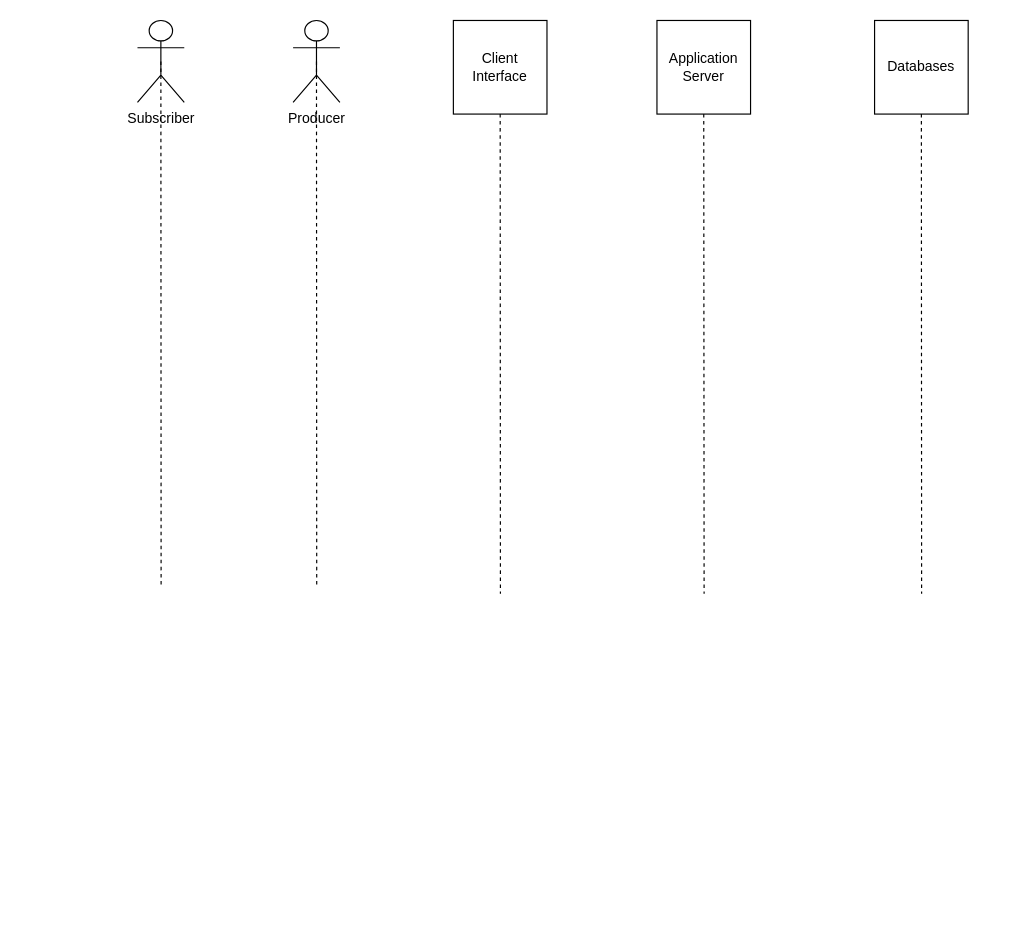
The draw.io diagram page "SD User Habit Checkin" (1 of 4) of sequence.drawio in anthony-som/usecase, before the edit. Source tidied: cells renumbered, new cells numbered last; positions are measured from the earlier drawing's top-left corner, leaving out a move shared by most shapes. Both pictures are drawn from the tidied source at 117%, with x=0, y=0 at pixel (137, 20).
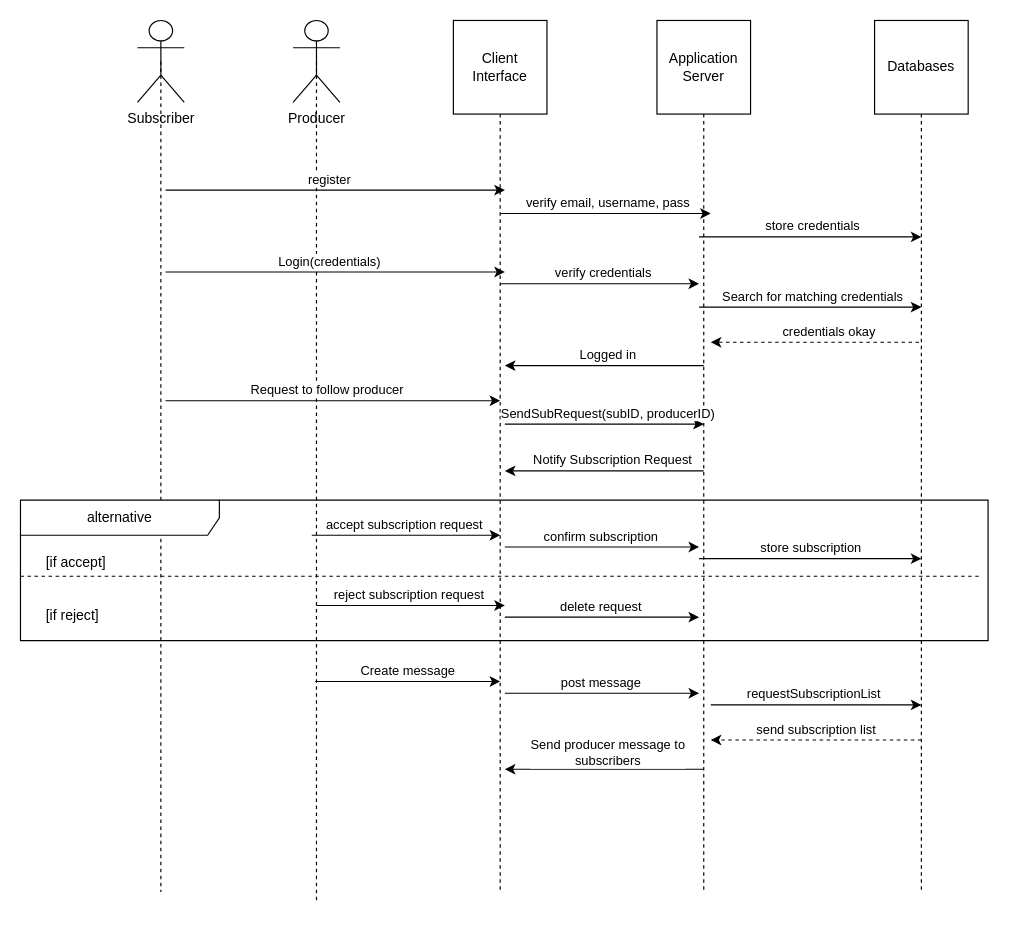
The same diagram, later.

Unchanged cells that the change refers to:
```xml
<mxCell id="3" value="Subscriber" style="shape=umlActor;verticalLabelPosition=bottom;verticalAlign=top;html=1;" parent="1" vertex="1">
  <mxGeometry width="40" height="70" as="geometry" />
</mxCell>
<mxCell id="5" value="Client Interface" style="whiteSpace=wrap;html=1;" parent="1" vertex="1">
  <mxGeometry x="270" width="80" height="80" as="geometry" />
</mxCell>
<mxCell id="7" value="Application Server" style="whiteSpace=wrap;html=1;" parent="1" vertex="1">
  <mxGeometry x="444" width="80" height="80" as="geometry" />
</mxCell>
<mxCell id="9" value="Databases" style="whiteSpace=wrap;html=1;" parent="1" vertex="1">
  <mxGeometry x="630" width="80" height="80" as="geometry" />
</mxCell>
<mxCell id="11" value="Producer" style="shape=umlActor;verticalLabelPosition=bottom;verticalAlign=top;html=1;" parent="1" vertex="1">
  <mxGeometry x="133" width="40" height="70" as="geometry" />
</mxCell>
```

Diff of the diagram source:
```diff
@@
     <mxCell id="2" style="rounded=0;jettySize=auto;html=1;exitX=0.5;exitY=0.5;exitDx=0;exitDy=0;exitPerimeter=0;endArrow=none;endFill=0;dashed=1;" parent="1" edge="1" source="3">
       <mxGeometry relative="1" as="geometry">
-        <mxPoint x="20.2" y="485" as="targetPoint" />
+        <mxPoint x="20" y="745" as="targetPoint" />
       </mxGeometry>
     </mxCell>
@@
     <mxCell id="4" style="rounded=0;jettySize=auto;html=1;exitX=0.5;exitY=1;exitDx=0;exitDy=0;endArrow=none;endFill=0;dashed=1;" parent="1" edge="1" source="5">
       <mxGeometry relative="1" as="geometry">
-        <mxPoint x="310.2" y="490" as="targetPoint" />
+        <mxPoint x="310" y="745" as="targetPoint" />
       </mxGeometry>
     </mxCell>
@@
     <mxCell id="6" style="rounded=0;jettySize=auto;html=1;exitX=0.5;exitY=1;exitDx=0;exitDy=0;endArrow=none;endFill=0;dashed=1;" parent="1" edge="1" source="7">
       <mxGeometry relative="1" as="geometry">
-        <mxPoint x="484.3" y="490" as="targetPoint" />
+        <mxPoint x="484" y="745" as="targetPoint" />
       </mxGeometry>
     </mxCell>
@@
     <mxCell id="8" style="rounded=0;jettySize=auto;html=1;exitX=0.5;exitY=1;exitDx=0;exitDy=0;endArrow=none;endFill=0;dashed=1;" parent="1" edge="1" source="9">
       <mxGeometry relative="1" as="geometry">
-        <mxPoint x="670.2" y="490" as="targetPoint" />
+        <mxPoint x="670" y="745" as="targetPoint" />
       </mxGeometry>
     </mxCell>
@@
     <mxCell id="10" style="rounded=0;jettySize=auto;html=1;exitX=0.5;exitY=0.5;exitDx=0;exitDy=0;exitPerimeter=0;endArrow=none;endFill=0;dashed=1;" parent="1" edge="1" source="11">
       <mxGeometry relative="1" as="geometry">
-        <mxPoint x="153.2" y="485" as="targetPoint" />
+        <mxPoint x="153" y="755" as="targetPoint" />
       </mxGeometry>
     </mxCell>
@@
+    <mxCell id="12" style="endArrow=classic;html=1;rounded=0;" parent="1" edge="1">
+      <mxGeometry relative="1" as="geometry">
+        <mxPoint x="24" y="215" as="sourcePoint" />
+        <mxPoint x="314" y="215" as="targetPoint" />
+      </mxGeometry>
+    </mxCell>
+    <mxCell id="13" value="Login(credentials)" style="edgeLabel;html=1;align=center;verticalAlign=middle;" parent="12" vertex="1">
+      <mxGeometry x="-0.14" y="-2" relative="1" as="geometry">
+        <mxPoint x="14" y="-12" as="offset" />
+      </mxGeometry>
+    </mxCell>
+    <mxCell id="14" style="endArrow=classic;html=1;rounded=0;dashed=1;" parent="1" edge="1">
+      <mxGeometry relative="1" as="geometry">
+        <mxPoint x="668" y="275" as="sourcePoint" />
+        <mxPoint x="490" y="275" as="targetPoint" />
+      </mxGeometry>
+    </mxCell>
+    <mxCell id="15" value="credentials okay" style="edgeLabel;html=1;align=center;verticalAlign=middle;" parent="14" vertex="1">
+      <mxGeometry x="0.18" y="-1" relative="1" as="geometry">
+        <mxPoint x="27" y="-9" as="offset" />
+      </mxGeometry>
+    </mxCell>
+    <mxCell id="16" style="endArrow=classic;html=1;rounded=0;" parent="1" edge="1">
+      <mxGeometry relative="1" as="geometry">
+        <mxPoint x="310" y="225" as="sourcePoint" />
+        <mxPoint x="480" y="225" as="targetPoint" />
+      </mxGeometry>
+    </mxCell>
+    <mxCell id="17" value="verify credentials" style="edgeLabel;html=1;align=center;verticalAlign=middle;" parent="16" vertex="1">
+      <mxGeometry x="-0.14" y="-2" relative="1" as="geometry">
+        <mxPoint x="14" y="-12" as="offset" />
+      </mxGeometry>
+    </mxCell>
+    <mxCell id="18" style="endArrow=classic;html=1;rounded=0;" parent="1" edge="1">
+      <mxGeometry relative="1" as="geometry">
+        <mxPoint x="484" y="295" as="sourcePoint" />
+        <mxPoint x="314" y="295" as="targetPoint" />
+      </mxGeometry>
+    </mxCell>
+    <mxCell id="19" value="Logged in" style="edgeLabel;html=1;align=center;verticalAlign=middle;" parent="18" vertex="1">
+      <mxGeometry x="0.18" y="-1" relative="1" as="geometry">
+        <mxPoint x="17" y="-9" as="offset" />
+      </mxGeometry>
+    </mxCell>
+    <mxCell id="20" style="endArrow=classic;html=1;rounded=0;" parent="1" edge="1">
+      <mxGeometry relative="1" as="geometry">
+        <mxPoint x="314" y="345" as="sourcePoint" />
+        <mxPoint x="484" y="345" as="targetPoint" />
+      </mxGeometry>
+    </mxCell>
+    <mxCell id="21" value="SendSubRequest(subID, producerID)" style="edgeLabel;html=1;align=center;verticalAlign=middle;" parent="20" vertex="1">
+      <mxGeometry x="-0.14" y="-2" relative="1" as="geometry">
+        <mxPoint x="14" y="-12" as="offset" />
+      </mxGeometry>
+    </mxCell>
+    <mxCell id="22" style="endArrow=classic;html=1;rounded=0;" parent="1" edge="1">
+      <mxGeometry relative="1" as="geometry">
+        <mxPoint x="480" y="460" as="sourcePoint" />
+        <mxPoint x="670" y="460" as="targetPoint" />
+      </mxGeometry>
+    </mxCell>
+    <mxCell id="23" value="store subscription&amp;nbsp;" style="edgeLabel;html=1;align=center;verticalAlign=middle;" parent="22" vertex="1">
+      <mxGeometry x="-0.14" y="-2" relative="1" as="geometry">
+        <mxPoint x="14" y="-12" as="offset" />
+      </mxGeometry>
+    </mxCell>
+    <mxCell id="24" style="endArrow=classic;html=1;rounded=0;" parent="1" edge="1">
+      <mxGeometry relative="1" as="geometry">
+        <mxPoint x="484" y="385" as="sourcePoint" />
+        <mxPoint x="314" y="385" as="targetPoint" />
+      </mxGeometry>
+    </mxCell>
+    <mxCell id="25" value="Notify Subscription Request" style="edgeLabel;html=1;align=center;verticalAlign=middle;" parent="24" vertex="1">
+      <mxGeometry x="0.18" y="-1" relative="1" as="geometry">
+        <mxPoint x="21" y="-9" as="offset" />
+      </mxGeometry>
+    </mxCell>
+    <mxCell id="26" style="endArrow=none;html=1;rounded=0;startArrow=classic;startFill=1;endFill=0;" parent="1" edge="1">
+      <mxGeometry relative="1" as="geometry">
+        <mxPoint x="310" y="440" as="sourcePoint" />
+        <mxPoint x="149" y="440" as="targetPoint" />
+      </mxGeometry>
+    </mxCell>
+    <mxCell id="27" value="accept subscription request" style="edgeLabel;html=1;align=center;verticalAlign=middle;" parent="26" vertex="1">
+      <mxGeometry x="0.03" y="-1" relative="1" as="geometry">
+        <mxPoint y="-9" as="offset" />
+      </mxGeometry>
+    </mxCell>
+    <mxCell id="28" value="alternative" style="shape=umlFrame;whiteSpace=wrap;html=1;width=170;" parent="1" vertex="1">
+      <mxGeometry x="-100" y="410" width="827" height="120" as="geometry" />
+    </mxCell>
+    <mxCell id="29" value="[if accept]" style="text;html=1;" parent="28" vertex="1">
+      <mxGeometry width="100" height="20" relative="1" as="geometry">
+        <mxPoint x="20" y="40" as="offset" />
+      </mxGeometry>
+    </mxCell>
+    <mxCell id="30" value="[if reject]" style="line;strokeWidth=1;dashed=1;labelPosition=center;verticalLabelPosition=bottom;align=left;verticalAlign=top;spacingLeft=20;spacingTop=15;html=1;whiteSpace=wrap;" parent="28" vertex="1">
+      <mxGeometry y="60" width="820" height="10" as="geometry" />
+    </mxCell>
+    <mxCell id="31" style="endArrow=none;html=1;rounded=0;startArrow=classic;startFill=1;endFill=0;" parent="28" edge="1">
+      <mxGeometry relative="1" as="geometry">
+        <mxPoint x="580" y="40" as="sourcePoint" />
+        <mxPoint x="414" y="40" as="targetPoint" />
+      </mxGeometry>
+    </mxCell>
+    <mxCell id="32" value="confirm subscription" style="edgeLabel;html=1;align=center;verticalAlign=middle;" parent="31" vertex="1">
+      <mxGeometry x="0.03" y="-1" relative="1" as="geometry">
+        <mxPoint y="-9" as="offset" />
+      </mxGeometry>
+    </mxCell>
+    <mxCell id="33" style="endArrow=none;html=1;rounded=0;startArrow=classic;startFill=1;endFill=0;" parent="28" edge="1">
+      <mxGeometry relative="1" as="geometry">
+        <mxPoint x="580" y="100" as="sourcePoint" />
+        <mxPoint x="414" y="100" as="targetPoint" />
+      </mxGeometry>
+    </mxCell>
+    <mxCell id="34" value="delete request" style="edgeLabel;html=1;align=center;verticalAlign=middle;" parent="33" vertex="1">
+      <mxGeometry x="0.03" y="-1" relative="1" as="geometry">
+        <mxPoint y="-9" as="offset" />
+      </mxGeometry>
+    </mxCell>
+    <mxCell id="35" style="endArrow=none;html=1;rounded=0;startArrow=classic;startFill=1;endFill=0;" parent="28" edge="1">
+      <mxGeometry relative="1" as="geometry">
+        <mxPoint x="414" y="90" as="sourcePoint" />
+        <mxPoint x="253" y="90" as="targetPoint" />
+      </mxGeometry>
+    </mxCell>
+    <mxCell id="36" value="reject subscription request" style="edgeLabel;html=1;align=center;verticalAlign=middle;" parent="35" vertex="1">
+      <mxGeometry x="0.03" y="-1" relative="1" as="geometry">
+        <mxPoint y="-9" as="offset" />
+      </mxGeometry>
+    </mxCell>
+    <mxCell id="37" style="endArrow=classic;html=1;rounded=0;" parent="1" edge="1">
+      <mxGeometry relative="1" as="geometry">
+        <mxPoint x="152" y="565" as="sourcePoint" />
+        <mxPoint x="310" y="565" as="targetPoint" />
+      </mxGeometry>
+    </mxCell>
+    <mxCell id="38" value="Create message" style="edgeLabel;html=1;align=center;verticalAlign=middle;" parent="37" vertex="1">
+      <mxGeometry x="-0.14" y="-2" relative="1" as="geometry">
+        <mxPoint x="10" y="-12" as="offset" />
+      </mxGeometry>
+    </mxCell>
+    <mxCell id="39" style="endArrow=none;html=1;rounded=0;startArrow=classic;startFill=1;endFill=0;" parent="1" edge="1">
+      <mxGeometry relative="1" as="geometry">
+        <mxPoint x="480" y="575" as="sourcePoint" />
+        <mxPoint x="314" y="575" as="targetPoint" />
+      </mxGeometry>
+    </mxCell>
+    <mxCell id="40" value="post message" style="edgeLabel;html=1;align=center;verticalAlign=middle;" parent="39" vertex="1">
+      <mxGeometry x="0.03" y="-1" relative="1" as="geometry">
+        <mxPoint y="-9" as="offset" />
+      </mxGeometry>
+    </mxCell>
+    <mxCell id="41" style="endArrow=none;html=1;rounded=0;startArrow=classic;startFill=1;endFill=0;" parent="1" edge="1">
+      <mxGeometry relative="1" as="geometry">
+        <mxPoint x="670" y="585" as="sourcePoint" />
+        <mxPoint x="490" y="585" as="targetPoint" />
+      </mxGeometry>
+    </mxCell>
+    <mxCell id="42" value="requestSubscriptionList" style="edgeLabel;html=1;align=center;verticalAlign=middle;" parent="41" vertex="1">
+      <mxGeometry x="0.03" y="-1" relative="1" as="geometry">
+        <mxPoint y="-9" as="offset" />
+      </mxGeometry>
+    </mxCell>
+    <mxCell id="43" style="endArrow=classic;html=1;rounded=0;dashed=1;" parent="1" edge="1">
+      <mxGeometry relative="1" as="geometry">
+        <mxPoint x="670" y="615" as="sourcePoint" />
+        <mxPoint x="490" y="615" as="targetPoint" />
+      </mxGeometry>
+    </mxCell>
+    <mxCell id="44" value="send subscription list" style="edgeLabel;html=1;align=center;verticalAlign=middle;" parent="43" vertex="1">
+      <mxGeometry x="0.18" y="-1" relative="1" as="geometry">
+        <mxPoint x="15" y="-9" as="offset" />
+      </mxGeometry>
+    </mxCell>
+    <mxCell id="45" style="endArrow=classic;html=1;rounded=0;" parent="1" edge="1">
+      <mxGeometry relative="1" as="geometry">
+        <mxPoint x="484" y="640" as="sourcePoint" />
+        <mxPoint x="314" y="640" as="targetPoint" />
+      </mxGeometry>
+    </mxCell>
+    <mxCell id="46" value="Send producer message to&lt;br&gt;subscribers" style="edgeLabel;html=1;align=center;verticalAlign=middle;" parent="45" vertex="1">
+      <mxGeometry x="0.18" y="-1" relative="1" as="geometry">
+        <mxPoint x="17" y="-14" as="offset" />
+      </mxGeometry>
+    </mxCell>
+    <mxCell id="47" style="endArrow=classic;html=1;rounded=0;" parent="1" edge="1">
+      <mxGeometry relative="1" as="geometry">
+        <mxPoint x="24" y="145" as="sourcePoint" />
+        <mxPoint x="314" y="145" as="targetPoint" />
+      </mxGeometry>
+    </mxCell>
+    <mxCell id="48" value="register" style="edgeLabel;html=1;align=center;verticalAlign=middle;" parent="47" vertex="1">
+      <mxGeometry x="-0.14" y="-2" relative="1" as="geometry">
+        <mxPoint x="14" y="-12" as="offset" />
+      </mxGeometry>
+    </mxCell>
+    <mxCell id="49" style="endArrow=classic;html=1;rounded=0;" parent="1" edge="1">
+      <mxGeometry relative="1" as="geometry">
+        <mxPoint x="310" y="165" as="sourcePoint" />
+        <mxPoint x="490" y="165" as="targetPoint" />
+      </mxGeometry>
+    </mxCell>
+    <mxCell id="50" value="verify email, username, pass" style="edgeLabel;html=1;align=center;verticalAlign=middle;" parent="49" vertex="1">
+      <mxGeometry x="-0.14" y="-2" relative="1" as="geometry">
+        <mxPoint x="14" y="-12" as="offset" />
+      </mxGeometry>
+    </mxCell>
+    <mxCell id="51" style="endArrow=classic;html=1;rounded=0;" parent="1" edge="1">
+      <mxGeometry relative="1" as="geometry">
+        <mxPoint x="480" y="185" as="sourcePoint" />
+        <mxPoint x="670" y="185" as="targetPoint" />
+      </mxGeometry>
+    </mxCell>
+    <mxCell id="52" value="store credentials" style="edgeLabel;html=1;align=center;verticalAlign=middle;" parent="51" vertex="1">
+      <mxGeometry x="-0.14" y="-2" relative="1" as="geometry">
+        <mxPoint x="14" y="-12" as="offset" />
+      </mxGeometry>
+    </mxCell>
+    <mxCell id="53" style="endArrow=classic;html=1;rounded=0;" parent="1" edge="1">
+      <mxGeometry relative="1" as="geometry">
+        <mxPoint x="480" y="245" as="sourcePoint" />
+        <mxPoint x="670" y="245" as="targetPoint" />
+      </mxGeometry>
+    </mxCell>
+    <mxCell id="54" value="Search for matching credentials" style="edgeLabel;html=1;align=center;verticalAlign=middle;" parent="53" vertex="1">
+      <mxGeometry x="-0.14" y="-2" relative="1" as="geometry">
+        <mxPoint x="14" y="-12" as="offset" />
+      </mxGeometry>
+    </mxCell>
+    <mxCell id="55" style="endArrow=classic;html=1;rounded=0;" parent="1" edge="1">
+      <mxGeometry relative="1" as="geometry">
+        <mxPoint x="24" y="325" as="sourcePoint" />
+        <mxPoint x="310" y="325" as="targetPoint" />
+      </mxGeometry>
+    </mxCell>
+    <mxCell id="56" value="Request to follow producer" style="edgeLabel;html=1;align=center;verticalAlign=middle;" parent="55" vertex="1">
+      <mxGeometry x="-0.14" y="-2" relative="1" as="geometry">
+        <mxPoint x="14" y="-12" as="offset" />
+      </mxGeometry>
+    </mxCell>
```
